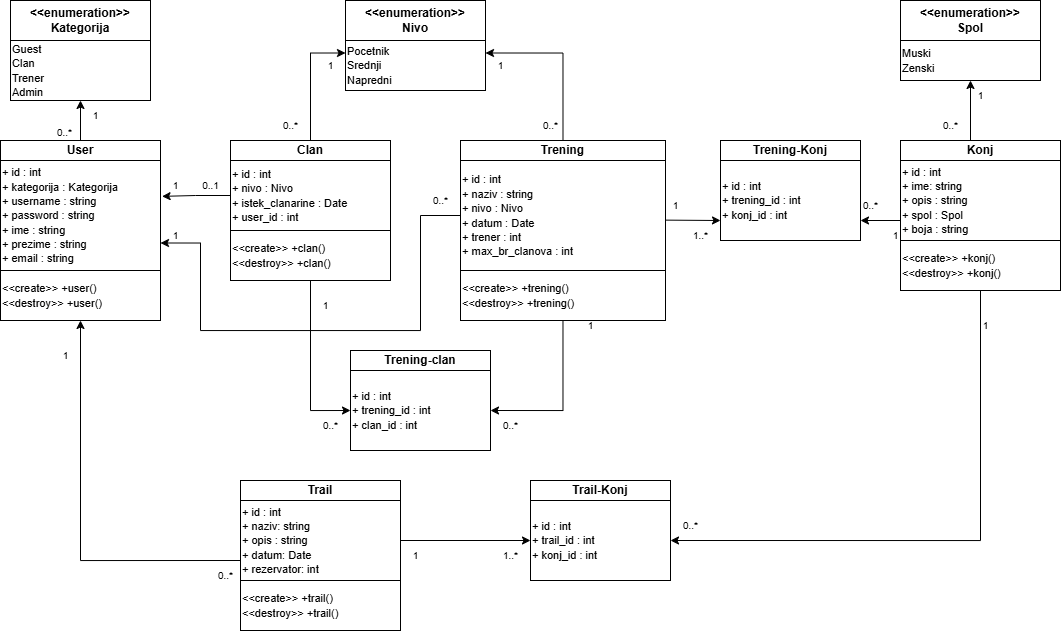
Above: Dokumentacija/Dijagram klasa.png in ooad-2024-2025/Grupa4-Tim1 (draw.io), before the change. Source tidied: cells renumbered, new cells last; positions are measured from the earlier drawing's top-left corner, leaving out a move shared by most shapes.
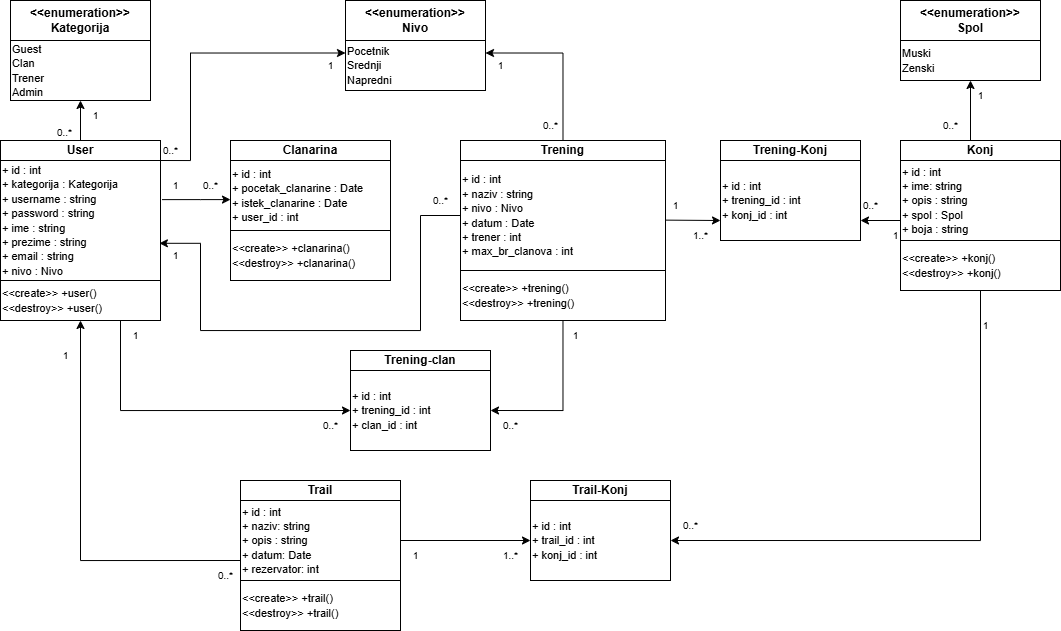
Later version of the same file.

Diff of the diagram source:
```diff
@@ -5,11 +5,19 @@
     <mxCell id="2" value="&lt;b&gt;User&lt;/b&gt;" style="rounded=0;whiteSpace=wrap;html=1;fillColor=none;" parent="1" vertex="1">
       <mxGeometry y="140" width="160" height="20" as="geometry" />
     </mxCell>
+    <mxCell id="68" style="edgeStyle=orthogonalEdgeStyle;rounded=0;jettySize=auto;html=1;exitX=1;exitY=0;exitDx=0;exitDy=0;entryX=0;entryY=0.25;entryDx=0;entryDy=0;" parent="1" edge="1" source="3" target="14">
+      <mxGeometry relative="1" as="geometry">
+        <Array as="points">
+          <mxPoint x="190" y="160" />
+          <mxPoint x="190" y="52" />
+        </Array>
+      </mxGeometry>
+    </mxCell>
-    <mxCell id="3" value="&lt;font style=&quot;font-size: 11px;&quot;&gt;+ id : int&lt;/font&gt;&lt;div&gt;&lt;font style=&quot;font-size: 11px;&quot;&gt;+ kategorija : Kategorija&lt;/font&gt;&lt;/div&gt;&lt;div&gt;&lt;font style=&quot;font-size: 11px;&quot;&gt;+ username : string&lt;/font&gt;&lt;/div&gt;&lt;div&gt;&lt;font style=&quot;font-size: 11px;&quot;&gt;+ password : string&lt;/font&gt;&lt;/div&gt;&lt;div&gt;&lt;font style=&quot;font-size: 11px;&quot;&gt;+ ime : string&lt;/font&gt;&lt;/div&gt;&lt;div&gt;&lt;font style=&quot;font-size: 11px;&quot;&gt;+ prezime : string&lt;/font&gt;&lt;/div&gt;&lt;div&gt;&lt;font style=&quot;font-size: 11px;&quot;&gt;+ email : string&lt;/font&gt;&lt;/div&gt;" style="rounded=0;whiteSpace=wrap;html=1;fillColor=none;align=left;" parent="1" vertex="1">
-      <mxGeometry y="160" width="160" height="110" as="geometry" />
+    <mxCell id="3" value="&lt;font style=&quot;font-size: 11px;&quot;&gt;+ id : int&lt;/font&gt;&lt;div&gt;&lt;font style=&quot;font-size: 11px;&quot;&gt;+ kategorija : Kategorija&lt;/font&gt;&lt;/div&gt;&lt;div&gt;&lt;font style=&quot;font-size: 11px;&quot;&gt;+ username : string&lt;/font&gt;&lt;/div&gt;&lt;div&gt;&lt;font style=&quot;font-size: 11px;&quot;&gt;+ password : string&lt;/font&gt;&lt;/div&gt;&lt;div&gt;&lt;font style=&quot;font-size: 11px;&quot;&gt;+ ime : string&lt;/font&gt;&lt;/div&gt;&lt;div&gt;&lt;font style=&quot;font-size: 11px;&quot;&gt;+ prezime : string&lt;/font&gt;&lt;/div&gt;&lt;div&gt;&lt;font style=&quot;font-size: 11px;&quot;&gt;+ email : string&lt;/font&gt;&lt;/div&gt;&lt;div&gt;&lt;font style=&quot;font-size: 11px;&quot;&gt;+ nivo : Nivo&lt;/font&gt;&lt;/div&gt;" style="rounded=0;whiteSpace=wrap;html=1;fillColor=none;align=left;" parent="1" vertex="1">
+      <mxGeometry y="160" width="160" height="120" as="geometry" />
     </mxCell>
     <mxCell id="4" value="&lt;span style=&quot;font-size: 11px;&quot;&gt;&amp;lt;&amp;lt;create&amp;gt;&amp;gt; +user()&lt;br&gt;&amp;lt;&amp;lt;destroy&amp;gt;&amp;gt; +user()&lt;/span&gt;" style="rounded=0;whiteSpace=wrap;html=1;fillColor=none;align=left;" parent="1" vertex="1">
-      <mxGeometry y="270" width="160" height="50" as="geometry" />
+      <mxGeometry y="280" width="160" height="40" as="geometry" />
     </mxCell>
     <mxCell id="5" value="&lt;b&gt;&amp;lt;&amp;lt;enumeration&amp;gt;&amp;gt;&lt;/b&gt;&lt;div&gt;&lt;b&gt;Kategorija&lt;/b&gt;&lt;/div&gt;" style="rounded=0;whiteSpace=wrap;html=1;fillColor=none;" parent="1" vertex="1">
       <mxGeometry x="10" width="140" height="40" as="geometry" />
@@ -20,19 +28,16 @@
     <mxCell id="7" style="endArrow=classic;html=1;rounded=0;exitX=0.5;exitY=0;exitDx=0;exitDy=0;entryX=0.5;entryY=1;entryDx=0;entryDy=0;" parent="1" edge="1" source="2" target="6">
       <mxGeometry relative="1" as="geometry" />
     </mxCell>
-    <mxCell id="8" style="edgeStyle=orthogonalEdgeStyle;rounded=0;jettySize=auto;html=1;entryX=0;entryY=0.25;entryDx=0;entryDy=0;" parent="1" edge="1" source="9" target="14">
-      <mxGeometry relative="1" as="geometry" />
-    </mxCell>
-    <mxCell id="9" value="&lt;b&gt;Clan&lt;/b&gt;" style="rounded=0;whiteSpace=wrap;html=1;fillColor=none;" parent="1" vertex="1">
+    <mxCell id="9" value="&lt;b&gt;Clanarina&lt;/b&gt;" style="rounded=0;whiteSpace=wrap;html=1;fillColor=none;" parent="1" vertex="1">
       <mxGeometry x="230" y="140" width="160" height="20" as="geometry" />
     </mxCell>
-    <mxCell id="10" value="&lt;font style=&quot;font-size: 11px;&quot;&gt;+ id : int&lt;/font&gt;&lt;div&gt;&lt;font style=&quot;font-size: 11px;&quot;&gt;+ nivo : Nivo&lt;/font&gt;&lt;/div&gt;&lt;div&gt;&lt;font style=&quot;font-size: 11px;&quot;&gt;+ istek_clanarine : Date&lt;/font&gt;&lt;/div&gt;&lt;div&gt;&lt;font style=&quot;font-size: 11px;&quot;&gt;+ user_id : int&lt;/font&gt;&lt;/div&gt;" style="rounded=0;whiteSpace=wrap;html=1;fillColor=none;align=left;" parent="1" vertex="1">
+    <mxCell id="10" value="&lt;font style=&quot;font-size: 11px;&quot;&gt;+ id : int&lt;/font&gt;&lt;div&gt;&lt;span style=&quot;font-size: 11px;&quot;&gt;+ pocetak_clanarine : Date&lt;br&gt;&lt;/span&gt;&lt;div&gt;&lt;span style=&quot;font-size: 11px; background-color: transparent; color: light-dark(rgb(0, 0, 0), rgb(255, 255, 255));&quot;&gt;+ istek_clanarine : Date&lt;/span&gt;&lt;/div&gt;&lt;div&gt;&lt;font style=&quot;font-size: 11px;&quot;&gt;+ user_id : int&lt;/font&gt;&lt;/div&gt;&lt;/div&gt;" style="rounded=0;whiteSpace=wrap;html=1;fillColor=none;align=left;" parent="1" vertex="1">
       <mxGeometry x="230" y="160" width="160" height="70" as="geometry" />
     </mxCell>
-    <mxCell id="11" style="edgeStyle=orthogonalEdgeStyle;rounded=0;jettySize=auto;html=1;entryX=0;entryY=0.5;entryDx=0;entryDy=0;" parent="1" edge="1" source="12" target="55">
+    <mxCell id="11" style="edgeStyle=orthogonalEdgeStyle;rounded=0;jettySize=auto;html=1;entryX=0;entryY=0.5;entryDx=0;entryDy=0;exitX=0.75;exitY=1;exitDx=0;exitDy=0;" parent="1" edge="1" source="4" target="55">
       <mxGeometry relative="1" as="geometry" />
     </mxCell>
-    <mxCell id="12" value="&lt;span style=&quot;font-size: 11px;&quot;&gt;&amp;lt;&amp;lt;create&amp;gt;&amp;gt; +clan()&lt;/span&gt;&lt;br style=&quot;font-size: 11px;&quot;&gt;&lt;span style=&quot;font-size: 11px;&quot;&gt;&amp;lt;&amp;lt;destroy&amp;gt;&amp;gt; +clan()&lt;/span&gt;" style="rounded=0;whiteSpace=wrap;html=1;fillColor=none;align=left;" parent="1" vertex="1">
+    <mxCell id="12" value="&lt;span style=&quot;font-size: 11px;&quot;&gt;&amp;lt;&amp;lt;create&amp;gt;&amp;gt; +clanarina()&lt;/span&gt;&lt;br style=&quot;font-size: 11px;&quot;&gt;&lt;span style=&quot;font-size: 11px;&quot;&gt;&amp;lt;&amp;lt;destroy&amp;gt;&amp;gt; +&lt;/span&gt;&lt;span style=&quot;font-size: 11px;&quot;&gt;clanarina&lt;/span&gt;&lt;span style=&quot;font-size: 11px;&quot;&gt;()&lt;/span&gt;" style="rounded=0;whiteSpace=wrap;html=1;fillColor=none;align=left;" parent="1" vertex="1">
       <mxGeometry x="230" y="230" width="160" height="50" as="geometry" />
     </mxCell>
     <mxCell id="13" value="&lt;b&gt;&amp;lt;&amp;lt;enumeration&amp;gt;&amp;gt;&lt;/b&gt;&lt;div&gt;&lt;b&gt;Nivo&lt;/b&gt;&lt;/div&gt;" style="rounded=0;whiteSpace=wrap;html=1;fillColor=none;" parent="1" vertex="1">
@@ -41,7 +46,7 @@
     <mxCell id="14" value="&lt;span style=&quot;font-size: 11px;&quot;&gt;Pocetnik&lt;/span&gt;&lt;div&gt;&lt;span style=&quot;font-size: 11px;&quot;&gt;Srednji&lt;/span&gt;&lt;/div&gt;&lt;div&gt;&lt;span style=&quot;font-size: 11px;&quot;&gt;Napredni&lt;/span&gt;&lt;/div&gt;" style="rounded=0;whiteSpace=wrap;html=1;fillColor=none;align=left;" parent="1" vertex="1">
       <mxGeometry x="345" y="40" width="140" height="50" as="geometry" />
     </mxCell>
-    <mxCell id="15" value="0..1" style="text;html=1;align=center;verticalAlign=middle;strokeColor=none;fillColor=none;fontSize=10;" parent="1" vertex="1">
+    <mxCell id="15" value="0..*" style="text;html=1;align=center;verticalAlign=middle;strokeColor=none;fillColor=none;fontSize=10;" parent="1" vertex="1">
       <mxGeometry x="190" y="170" width="40" height="30" as="geometry" />
     </mxCell>
     <mxCell id="16" value="1" style="text;html=1;align=center;verticalAlign=middle;strokeColor=none;fillColor=none;fontSize=10;" parent="1" vertex="1">
@@ -95,8 +100,13 @@
     <mxCell id="30" value="&lt;font style=&quot;font-size: 11px;&quot;&gt;+ id : int&lt;/font&gt;&lt;div&gt;&lt;font style=&quot;font-size: 11px;&quot;&gt;+ trail_id : int&lt;br&gt;&lt;/font&gt;&lt;/div&gt;&lt;div&gt;&lt;font style=&quot;font-size: 11px;&quot;&gt;+ konj_id : int&lt;/font&gt;&lt;/div&gt;" style="rounded=0;whiteSpace=wrap;html=1;fillColor=none;align=left;" parent="1" vertex="1">
       <mxGeometry x="530" y="500" width="140" height="80" as="geometry" />
     </mxCell>
-    <mxCell id="31" style="edgeStyle=orthogonalEdgeStyle;rounded=0;jettySize=auto;html=1;entryX=1.01;entryY=0.326;entryDx=0;entryDy=0;entryPerimeter=0;" parent="1" edge="1" source="10" target="3">
-      <mxGeometry relative="1" as="geometry" />
+    <mxCell id="31" style="edgeStyle=orthogonalEdgeStyle;rounded=0;jettySize=auto;html=1;exitX=1.01;exitY=0.326;exitDx=0;exitDy=0;exitPerimeter=0;" parent="1" edge="1" source="3" target="10">
+      <mxGeometry relative="1" as="geometry">
+        <Array as="points">
+          <mxPoint x="200" y="199" />
+          <mxPoint x="200" y="199" />
+        </Array>
+      </mxGeometry>
     </mxCell>
     <mxCell id="32" value="0..*" style="text;html=1;align=center;verticalAlign=middle;strokeColor=none;fillColor=none;fontSize=10;" parent="1" vertex="1">
       <mxGeometry x="205" y="560" width="40" height="30" as="geometry" />
@@ -122,7 +132,7 @@
     <mxCell id="39" value="&lt;b&gt;Trening&lt;/b&gt;" style="rounded=0;whiteSpace=wrap;html=1;fillColor=none;" parent="1" vertex="1">
       <mxGeometry x="460" y="140" width="205" height="20" as="geometry" />
     </mxCell>
-    <mxCell id="40" style="edgeStyle=orthogonalEdgeStyle;rounded=0;jettySize=auto;html=1;exitX=0;exitY=0.5;exitDx=0;exitDy=0;entryX=1;entryY=0.75;entryDx=0;entryDy=0;" parent="1" edge="1" source="41" target="3">
+    <mxCell id="40" style="edgeStyle=orthogonalEdgeStyle;rounded=0;jettySize=auto;html=1;exitX=0;exitY=0.5;exitDx=0;exitDy=0;entryX=0.993;entryY=0.69;entryDx=0;entryDy=0;entryPerimeter=0;" parent="1" edge="1" source="41" target="3">
       <mxGeometry relative="1" as="geometry">
         <Array as="points">
           <mxPoint x="420" y="215" />
@@ -145,7 +155,7 @@
       <mxGeometry x="420" y="185" width="40" height="30" as="geometry" />
     </mxCell>
     <mxCell id="45" value="1" style="text;html=1;align=center;verticalAlign=middle;strokeColor=none;fillColor=none;fontSize=10;" parent="1" vertex="1">
-      <mxGeometry x="160" y="220" width="30" height="30" as="geometry" />
+      <mxGeometry x="160" y="240" width="30" height="30" as="geometry" />
     </mxCell>
     <mxCell id="46" value="&lt;b&gt;Trening-Konj&lt;/b&gt;" style="rounded=0;whiteSpace=wrap;html=1;fillColor=none;" parent="1" vertex="1">
       <mxGeometry x="720" y="140" width="140" height="20" as="geometry" />
@@ -184,10 +194,10 @@
       <mxGeometry x="490" y="410" width="40" height="30" as="geometry" />
     </mxCell>
     <mxCell id="58" value="1" style="text;html=1;align=center;verticalAlign=middle;strokeColor=none;fillColor=none;fontSize=10;" parent="1" vertex="1">
-      <mxGeometry x="310" y="290" width="30" height="30" as="geometry" />
+      <mxGeometry x="120" y="320" width="30" height="30" as="geometry" />
     </mxCell>
     <mxCell id="59" value="1" style="text;html=1;align=center;verticalAlign=middle;strokeColor=none;fillColor=none;fontSize=10;" parent="1" vertex="1">
-      <mxGeometry x="575" y="310" width="30" height="30" as="geometry" />
+      <mxGeometry x="560" y="320" width="30" height="30" as="geometry" />
     </mxCell>
     <mxCell id="60" value="1" style="text;html=1;align=center;verticalAlign=middle;strokeColor=none;fillColor=none;fontSize=10;" parent="1" vertex="1">
       <mxGeometry x="80" y="100" width="30" height="30" as="geometry" />
@@ -199,7 +209,7 @@
       <mxGeometry x="315" y="50" width="30" height="30" as="geometry" />
     </mxCell>
     <mxCell id="63" value="0..*" style="text;html=1;align=center;verticalAlign=middle;strokeColor=none;fillColor=none;fontSize=10;" parent="1" vertex="1">
-      <mxGeometry x="270" y="110" width="40" height="30" as="geometry" />
+      <mxGeometry x="150" y="135" width="40" height="30" as="geometry" />
     </mxCell>
     <mxCell id="64" value="1" style="text;html=1;align=center;verticalAlign=middle;strokeColor=none;fillColor=none;fontSize=10;" parent="1" vertex="1">
       <mxGeometry x="485" y="50" width="30" height="30" as="geometry" />
```
